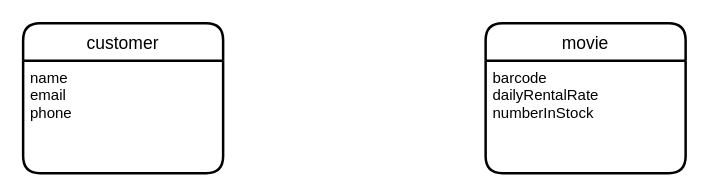
The draw.io diagram video_rental_app.drawio in bituritesh/DB-modelling, before the edit. Source tidied: cells renumbered, new cells numbered last; positions are measured from the earlier drawing's top-left corner, leaving out a move shared by most shapes. Both pictures are drawn from the tidied source at 125%, with x=0, y=0 at pixel (22, 22).
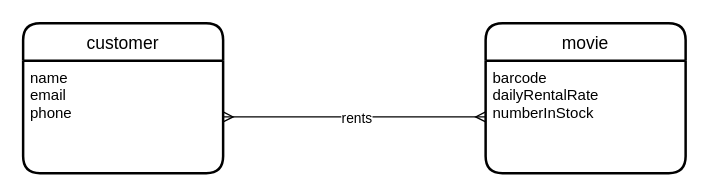
The same page after the edit.

What changed in the source:
```diff
@@
 <mxGraphModel>
   <root>
     <mxCell id="0" />
     <mxCell id="1" parent="0" />
     <mxCell id="2" value="customer" style="swimlane;horizontal=1;startSize=30;rounded=1;fontSize=14;fontStyle=0;strokeWidth=2;shadow=0;dashed=0;align=center;" parent="1" vertex="1">
       <mxGeometry width="160" height="120" as="geometry" />
     </mxCell>
     <mxCell id="3" value="name&#10;email&#10;phone&#10;" style="align=left;strokeColor=none;fillColor=none;spacingLeft=4;fontSize=12;verticalAlign=top;" parent="2" vertex="1">
       <mxGeometry y="30" width="160" height="90" as="geometry" />
     </mxCell>
     <mxCell id="4" value="movie" style="swimlane;horizontal=1;startSize=30;rounded=1;fontSize=14;fontStyle=0;strokeWidth=2;shadow=0;dashed=0;align=center;" parent="1" vertex="1">
       <mxGeometry x="370" width="160" height="120" as="geometry" />
     </mxCell>
     <mxCell id="5" value="barcode&#10;dailyRentalRate&#10;numberInStock&#10;&#10;" style="align=left;strokeColor=none;fillColor=none;spacingLeft=4;fontSize=12;verticalAlign=top;" parent="4" vertex="1">
       <mxGeometry y="30" width="160" height="90" as="geometry" />
     </mxCell>
+    <mxCell id="6" style="edgeStyle=entityRelationEdgeStyle;fontSize=12;html=1;endArrow=ERmany;startArrow=ERmany;rounded=0;exitX=1;exitY=0.5;exitDx=0;exitDy=0;entryX=0;entryY=0.5;entryDx=0;entryDy=0;" parent="1" edge="1" source="3" target="5">
+      <mxGeometry relative="1" as="geometry" />
+    </mxCell>
+    <mxCell id="7" value="rents" style="edgeLabel;html=1;align=center;verticalAlign=middle;" parent="6" vertex="1">
+      <mxGeometry x="0.01" relative="1" as="geometry" />
+    </mxCell>
   </root>
 </mxGraphModel>
```
